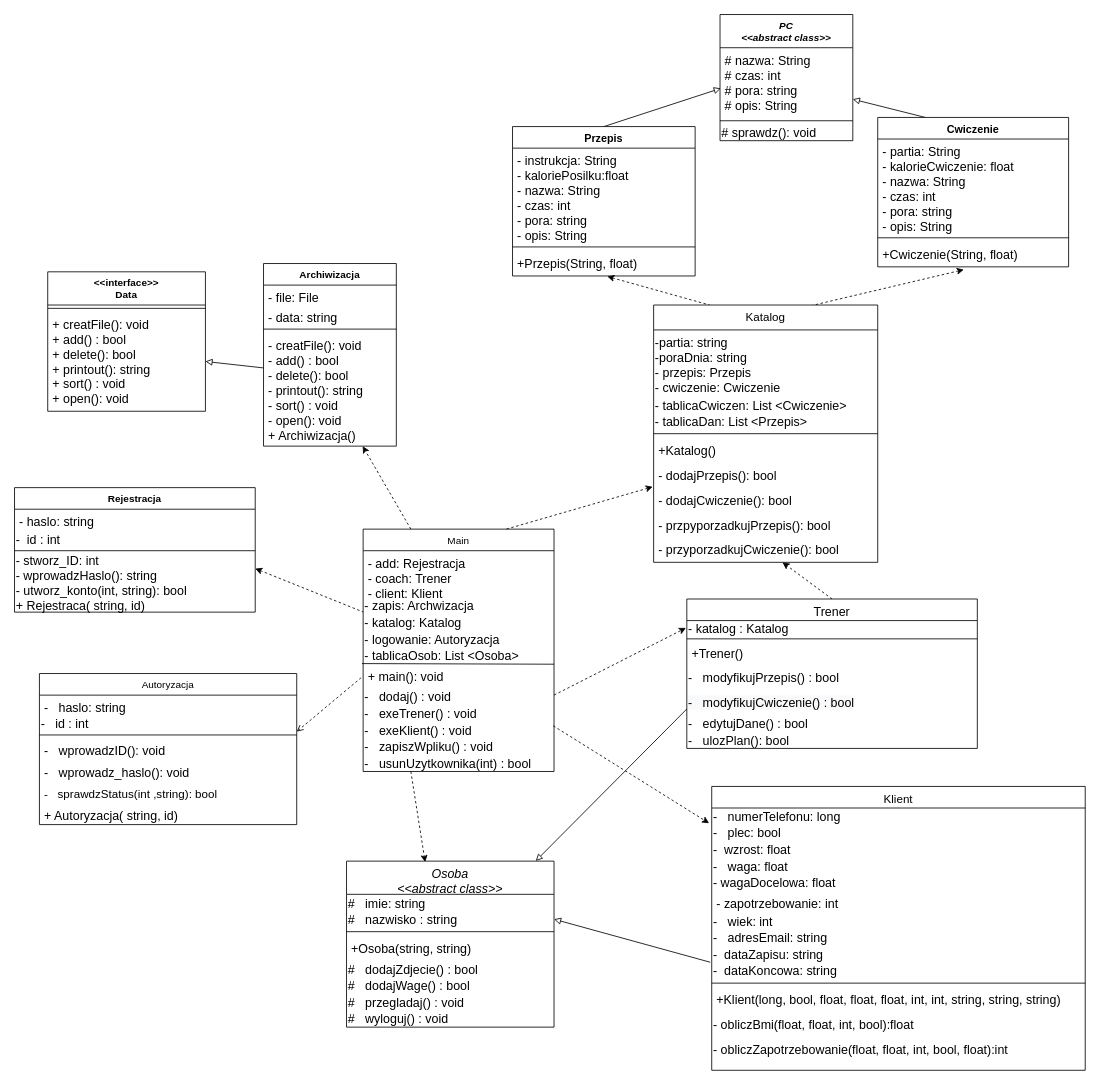
Before: Untitled Diagram.drawio in szarl/Projekt-Programowanie-Obiektowe, a draw.io diagram. Source tidied: cells renumbered, new cells numbered last; positions are measured from the earlier drawing's top-left corner, leaving out a move shared by most shapes. Both pictures are drawn from the tidied source at 83%, with x=0, y=0 at pixel (14, 14).
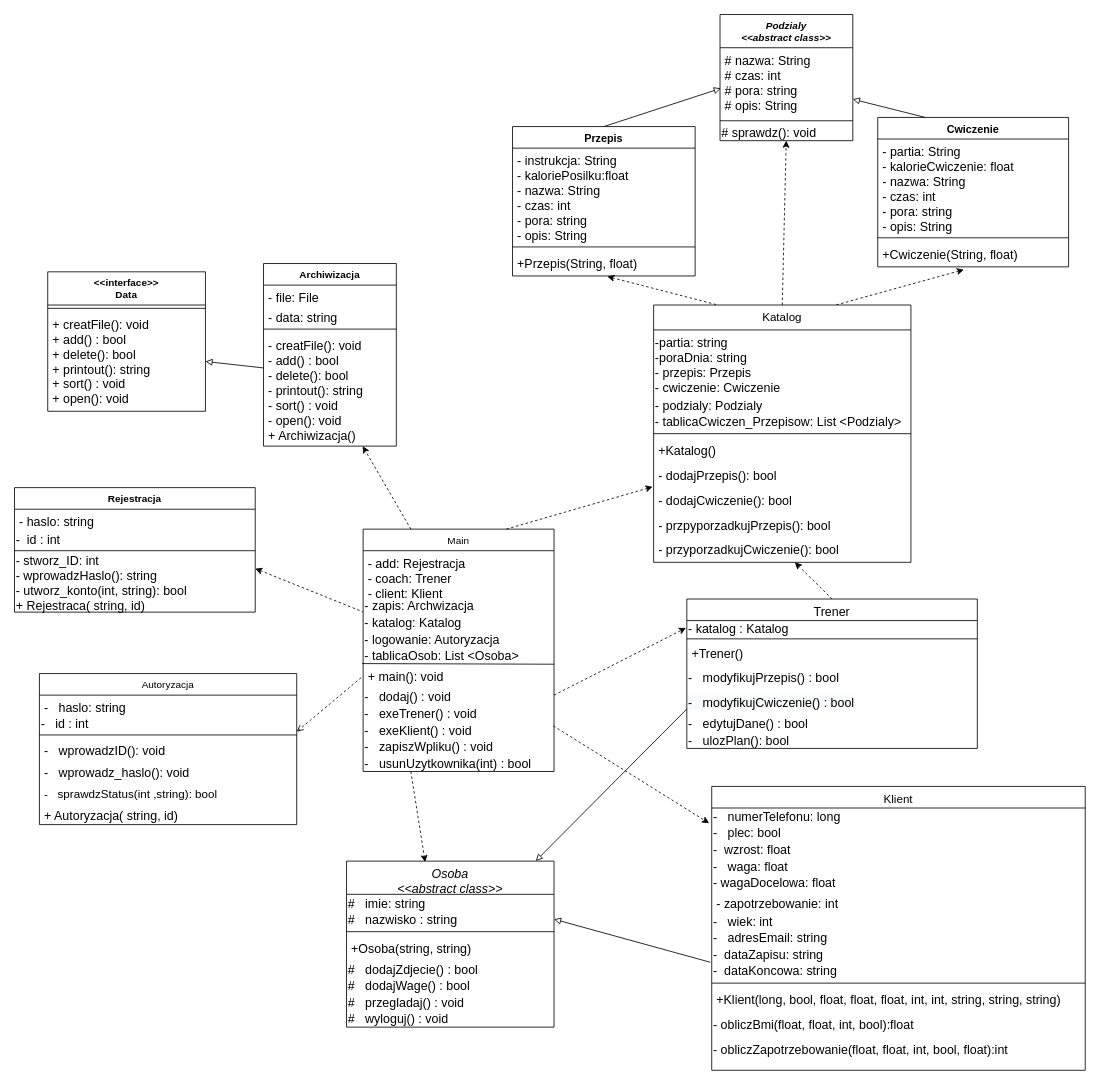
The same page after the edit.

The change refers to these unchanged cells:
```xml
<mxCell id="104" value="# sprawdz(): void" style="text;align=left;verticalAlign=middle;spacingLeft=0;spacingRight=0;overflow=hidden;points=[[0,0.5],[1,0.5]];portConstraint=eastwest;rounded=0;shadow=0;html=0;fontSize=15;" parent="101" vertex="1">
  <mxGeometry y="132" width="160" height="20" as="geometry" />
</mxCell>
```

Change to the diagram source:
```diff
@@
+    <mxCell id="105" style="rounded=0;jettySize=auto;html=1;exitX=0.5;exitY=0;exitDx=0;exitDy=0;dashed=1;" parent="1" edge="1" source="49" target="104">
+      <mxGeometry relative="1" as="geometry" />
+    </mxCell>
     <mxCell id="49" value="Katalog" style="swimlane;fontStyle=0;align=center;verticalAlign=top;horizontal=1;startSize=30;rounded=0;shadow=0;strokeWidth=1;fontSize=14;" parent="1" vertex="1">
-      <mxGeometry x="770" y="350" width="270" height="310" as="geometry" />
+      <mxGeometry x="770" y="350" width="310" height="310" as="geometry" />
     </mxCell>
     <mxCell id="50" value="&lt;font style=&quot;font-size: 15px&quot;&gt;-partia: string&lt;br&gt;&lt;/font&gt;&lt;div style=&quot;font-size: 15px&quot;&gt;&lt;font style=&quot;font-size: 15px&quot;&gt;-poraDnia: string&lt;/font&gt;&lt;/div&gt;&lt;div style=&quot;font-size: 15px&quot;&gt;- przepis: Przepis&lt;/div&gt;&lt;div style=&quot;font-size: 15px&quot;&gt;- cwiczenie: Cwiczenie&lt;/div&gt;" style="text;whiteSpace=wrap;html=1;fontSize=14;" parent="49" vertex="1">
-      <mxGeometry y="30" width="270" height="80" as="geometry" />
+      <mxGeometry y="30" width="310" height="80" as="geometry" />
     </mxCell>
+    <mxCell id="106" value="- podzialy: Podzialy" style="text;align=left;verticalAlign=middle;spacingLeft=0;spacingRight=0;overflow=hidden;rounded=0;shadow=0;html=0;fontSize=15;" parent="49" vertex="1">
+      <mxGeometry y="110" width="310" height="20" as="geometry" />
+    </mxCell>
-    <mxCell id="51" value="- tablicaCwiczen: List &lt;Cwiczenie&gt;" style="text;align=left;verticalAlign=middle;spacingLeft=0;spacingRight=0;overflow=hidden;rounded=0;shadow=0;html=0;fontSize=15;" parent="49" vertex="1">
-      <mxGeometry y="110" width="270" height="20" as="geometry" />
+    <mxCell id="51" value="- tablicaCwiczen_Przepisow: List &lt;Podzialy&gt;" style="text;align=left;verticalAlign=middle;spacingLeft=0;spacingRight=0;overflow=hidden;rounded=0;shadow=0;html=0;fontSize=15;" parent="49" vertex="1">
+      <mxGeometry y="130" width="310" height="20" as="geometry" />
     </mxCell>
-    <mxCell id="52" value="- tablicaDan: List &lt;Przepis&gt;" style="text;align=left;verticalAlign=middle;spacingLeft=0;spacingRight=0;overflow=hidden;rounded=0;shadow=0;html=0;fontSize=15;" parent="49" vertex="1">
-      <mxGeometry y="130" width="270" height="20" as="geometry" />
-    </mxCell>
     <mxCell id="53" style="line;html=1;strokeWidth=1;align=left;verticalAlign=middle;spacingTop=-1;spacingLeft=3;spacingRight=3;labelPosition=right;fontSize=14;" parent="49" vertex="1">
-      <mxGeometry y="150" width="270" height="10" as="geometry" />
+      <mxGeometry y="150" width="310" height="10" as="geometry" />
     </mxCell>
     <mxCell id="54" value="+Katalog()" style="text;align=left;verticalAlign=top;spacingLeft=4;spacingRight=4;overflow=hidden;fontSize=15;" parent="49" vertex="1">
-      <mxGeometry y="160" width="270" height="30" as="geometry" />
+      <mxGeometry y="160" width="310" height="30" as="geometry" />
     </mxCell>
     <mxCell id="55" value="- dodajPrzepis(): bool" style="text;align=left;verticalAlign=top;spacingLeft=4;spacingRight=4;overflow=hidden;fontSize=15;" parent="49" vertex="1">
-      <mxGeometry y="190" width="270" height="30" as="geometry" />
+      <mxGeometry y="190" width="310" height="30" as="geometry" />
     </mxCell>
     <mxCell id="56" value="- dodajCwiczenie(): bool" style="text;align=left;verticalAlign=top;spacingLeft=4;spacingRight=4;overflow=hidden;points=[[0,0.5],[1,0.5]];portConstraint=eastwest;fontSize=15;" parent="49" vertex="1">
-      <mxGeometry y="220" width="270" height="30" as="geometry" />
+      <mxGeometry y="220" width="310" height="30" as="geometry" />
     </mxCell>
     <mxCell id="57" value="- przpyporzadkujPrzepis(): bool" style="text;align=left;verticalAlign=top;spacingLeft=4;spacingRight=4;overflow=hidden;fontSize=15;" parent="49" vertex="1">
-      <mxGeometry y="250" width="270" height="30" as="geometry" />
+      <mxGeometry y="250" width="310" height="30" as="geometry" />
     </mxCell>
     <mxCell id="58" value="- przyporzadkujCwiczenie(): bool" style="text;align=left;verticalAlign=top;spacingLeft=4;spacingRight=4;overflow=hidden;points=[[0,0.5],[1,0.5]];portConstraint=eastwest;fontSize=15;" parent="49" vertex="1">
-      <mxGeometry y="280" width="270" height="30" as="geometry" />
+      <mxGeometry y="280" width="310" height="30" as="geometry" />
     </mxCell>
@@
-    <mxCell id="101" value="PC&#10;&lt;&lt;abstract class&gt;&gt;" style="swimlane;fontStyle=3;align=center;verticalAlign=top;horizontal=1;startSize=40;" parent="1" vertex="1">
+    <mxCell id="101" value="Podzialy&#10;&lt;&lt;abstract class&gt;&gt;" style="swimlane;fontStyle=3;align=center;verticalAlign=top;horizontal=1;startSize=40;" parent="1" vertex="1">
       <mxGeometry x="850" width="160" height="152" as="geometry" />
     </mxCell>
```
